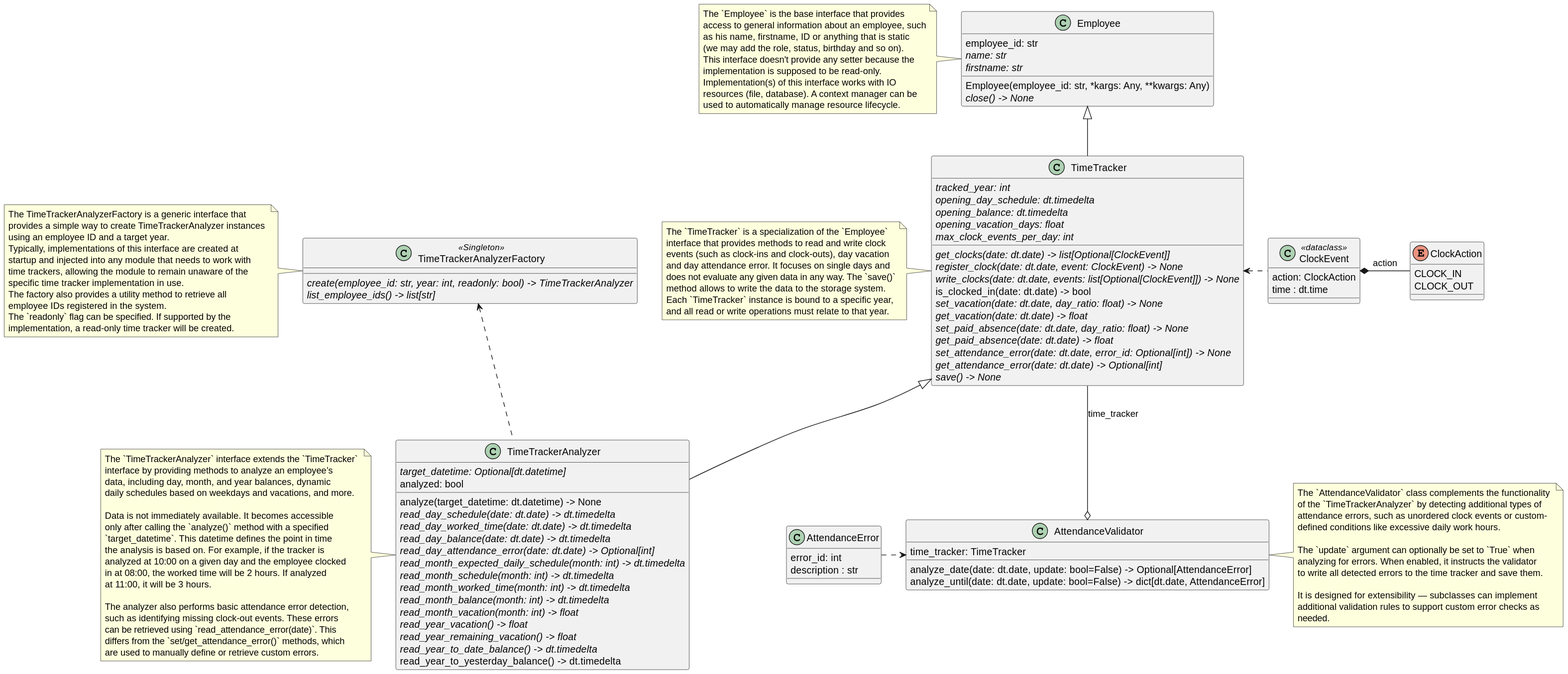
Before: doc/time_tracker.svg, a diagram exported from PlantUML (Mecacerf/TeamBridge).
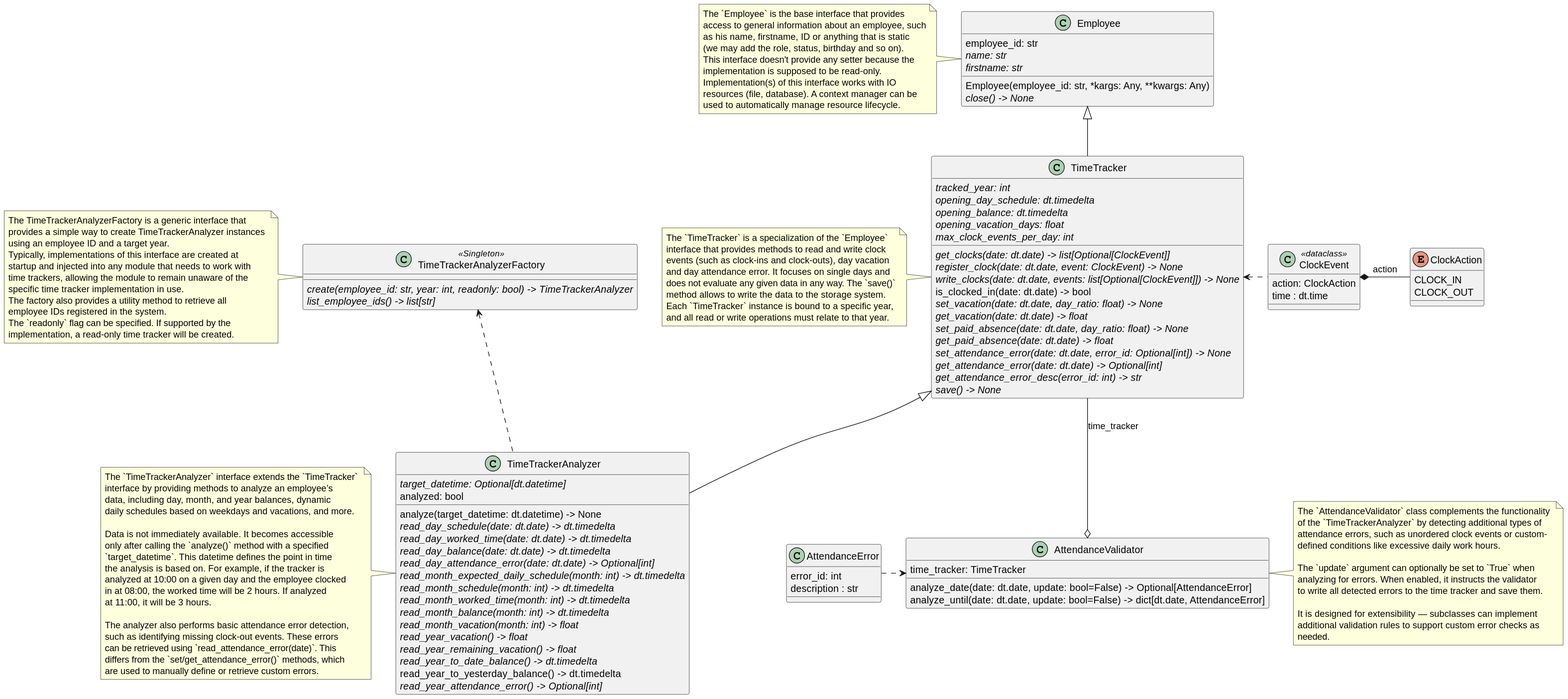
After the change.

Commit message:
feat: add global attendance error and error description retrieval

Diff of the diagram source:
```diff
@@ -37,6 +37,7 @@
   {abstract}get_paid_absence(date: dt.date) -> float
   {abstract}set_attendance_error(date: dt.date, error_id: Optional[int]) -> None
   {abstract}get_attendance_error(date: dt.date) -> Optional[int]
+  {abstract}get_attendance_error_desc(error_id: int) -> str
   {abstract}save() -> None
 }
 
@@ -69,6 +70,7 @@
   {abstract}read_year_remaining_vacation() -> float
   {abstract}read_year_to_date_balance() -> dt.timedelta
   read_year_to_yesterday_balance() -> dt.timedelta
+  {abstract}read_year_attendance_error() -> Optional[int]
 }
 
 note left
```
